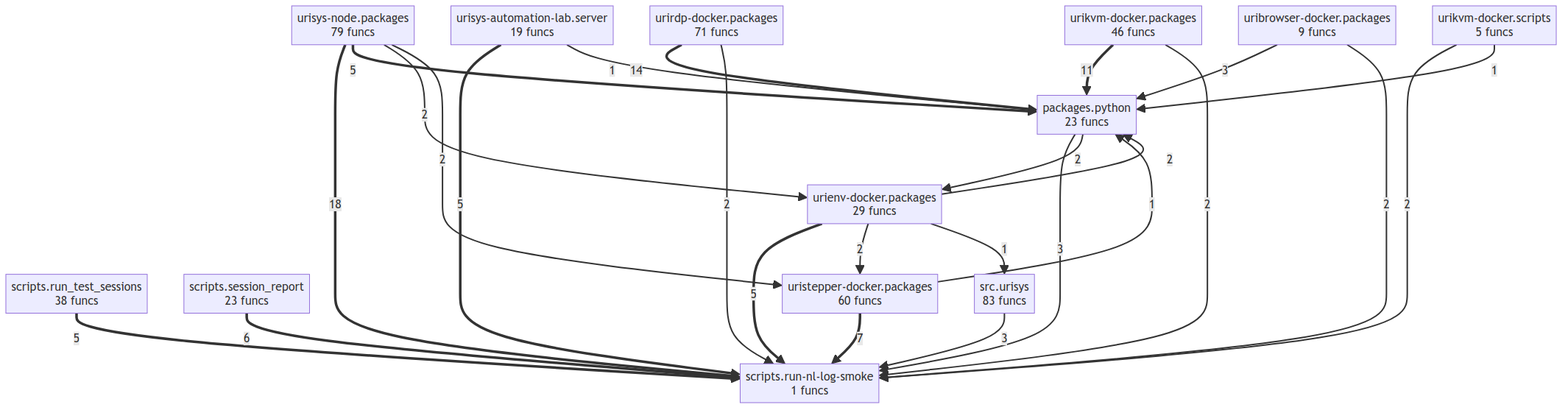
Before: project/compact_flow.png, a diagram exported from Mermaid (tellmesh/urisys). Its source is kept beside it as project/compact_flow.mmd.
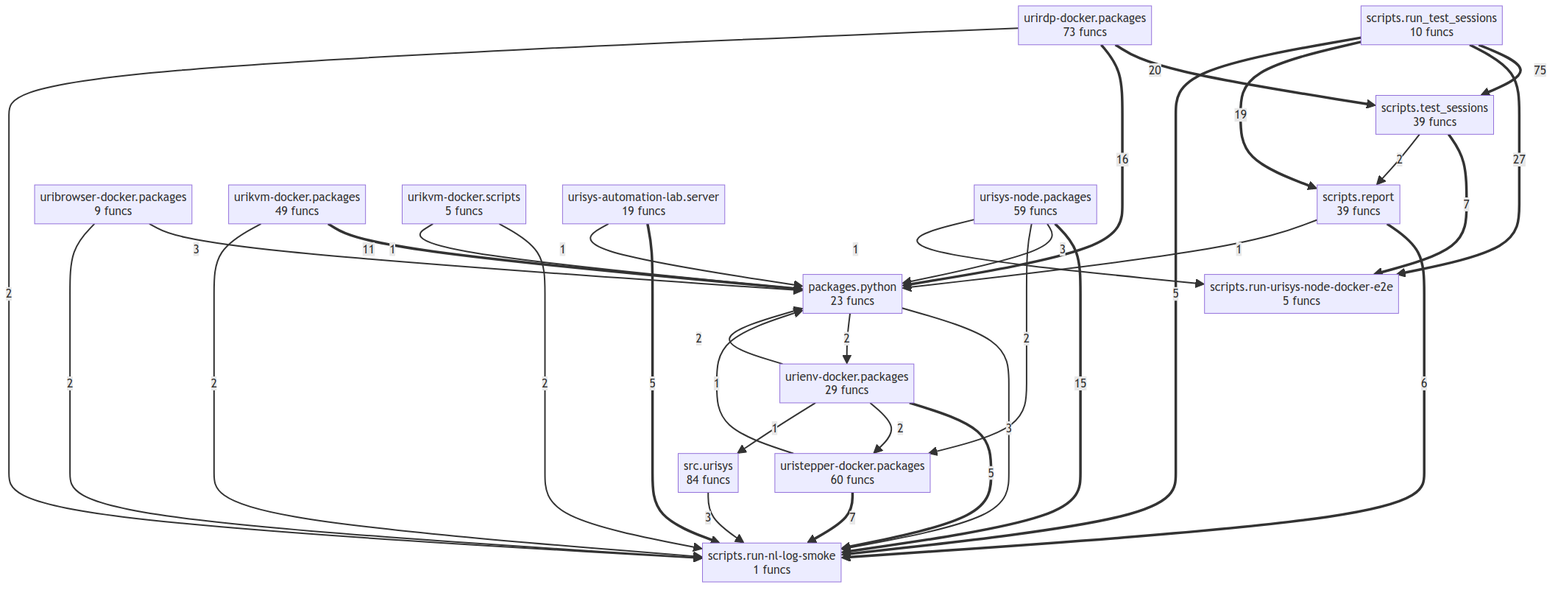
After the commit.

The edit, as a diff of the source:
```diff
@@ -1,39 +1,48 @@
 flowchart TD
     packages__python["packages.python<br/>23 funcs"]
+    scripts__report["scripts.report<br/>39 funcs"]
     scripts__run_nl_log_smoke["scripts.run-nl-log-smoke<br/>1 funcs"]
-    scripts__run_test_sessions["scripts.run_test_sessions<br/>38 funcs"]
-    scripts__session_report["scripts.session_report<br/>23 funcs"]
-    src__urisys["src.urisys<br/>83 funcs"]
+    scripts__run_urisys_node_docker_e2e["scripts.run-urisys-node-docker-e2e<br/>5 funcs"]
+    scripts__run_test_sessions["scripts.run_test_sessions<br/>10 funcs"]
+    scripts__test_sessions["scripts.test_sessions<br/>39 funcs"]
+    src__urisys["src.urisys<br/>84 funcs"]
     uribrowser_docker__packages["uribrowser-docker.packages<br/>9 funcs"]
     urienv_docker__packages["urienv-docker.packages<br/>29 funcs"]
-    urikvm_docker__packages["urikvm-docker.packages<br/>46 funcs"]
+    urikvm_docker__packages["urikvm-docker.packages<br/>49 funcs"]
     urikvm_docker__scripts["urikvm-docker.scripts<br/>5 funcs"]
-    urirdp_docker__packages["urirdp-docker.packages<br/>71 funcs"]
+    urirdp_docker__packages["urirdp-docker.packages<br/>73 funcs"]
     uristepper_docker__packages["uristepper-docker.packages<br/>60 funcs"]
     urisys_automation_lab__server["urisys-automation-lab.server<br/>19 funcs"]
-    urisys_node__packages["urisys-node.packages<br/>79 funcs"]
-    urisys_node__packages ==>|18| scripts__run_nl_log_smoke
-    urirdp_docker__packages ==>|14| packages__python
+    urisys_node__packages["urisys-node.packages<br/>59 funcs"]
+    scripts__run_test_sessions ==>|75| scripts__test_sessions
+    scripts__run_test_sessions ==>|27| scripts__run_urisys_node_docker_e2e
+    urirdp_docker__packages ==>|20| scripts__test_sessions
+    scripts__run_test_sessions ==>|19| scripts__report
+    urirdp_docker__packages ==>|16| packages__python
+    urisys_node__packages ==>|15| scripts__run_nl_log_smoke
     urikvm_docker__packages ==>|11| packages__python
     uristepper_docker__packages ==>|7| scripts__run_nl_log_smoke
-    scripts__session_report ==>|6| scripts__run_nl_log_smoke
+    scripts__test_sessions ==>|7| scripts__run_urisys_node_docker_e2e
+    scripts__report ==>|6| scripts__run_nl_log_smoke
     scripts__run_test_sessions ==>|5| scripts__run_nl_log_smoke
     urisys_automation_lab__server ==>|5| scripts__run_nl_log_smoke
     urienv_docker__packages ==>|5| scripts__run_nl_log_smoke
-    urisys_node__packages ==>|5| packages__python
     packages__python -->|3| scripts__run_nl_log_smoke
     src__urisys -->|3| scripts__run_nl_log_smoke
     uribrowser_docker__packages -->|3| packages__python
+    urisys_node__packages -->|3| packages__python
     packages__python -->|2| urienv_docker__packages
+    scripts__test_sessions -->|2| scripts__report
     urirdp_docker__packages -->|2| scripts__run_nl_log_smoke
     uribrowser_docker__packages -->|2| scripts__run_nl_log_smoke
     urikvm_docker__packages -->|2| scripts__run_nl_log_smoke
     urikvm_docker__scripts -->|2| scripts__run_nl_log_smoke
     urienv_docker__packages -->|2| uristepper_docker__packages
     urienv_docker__packages -->|2| packages__python
-    urisys_node__packages -->|2| urienv_docker__packages
     urisys_node__packages -->|2| uristepper_docker__packages
     uristepper_docker__packages -->|1| packages__python
+    scripts__report -->|1| packages__python
     urikvm_docker__scripts -->|1| packages__python
     urisys_automation_lab__server -->|1| packages__python
     urienv_docker__packages -->|1| src__urisys
+    urisys_node__packages -->|1| scripts__run_urisys_node_docker_e2e
```
